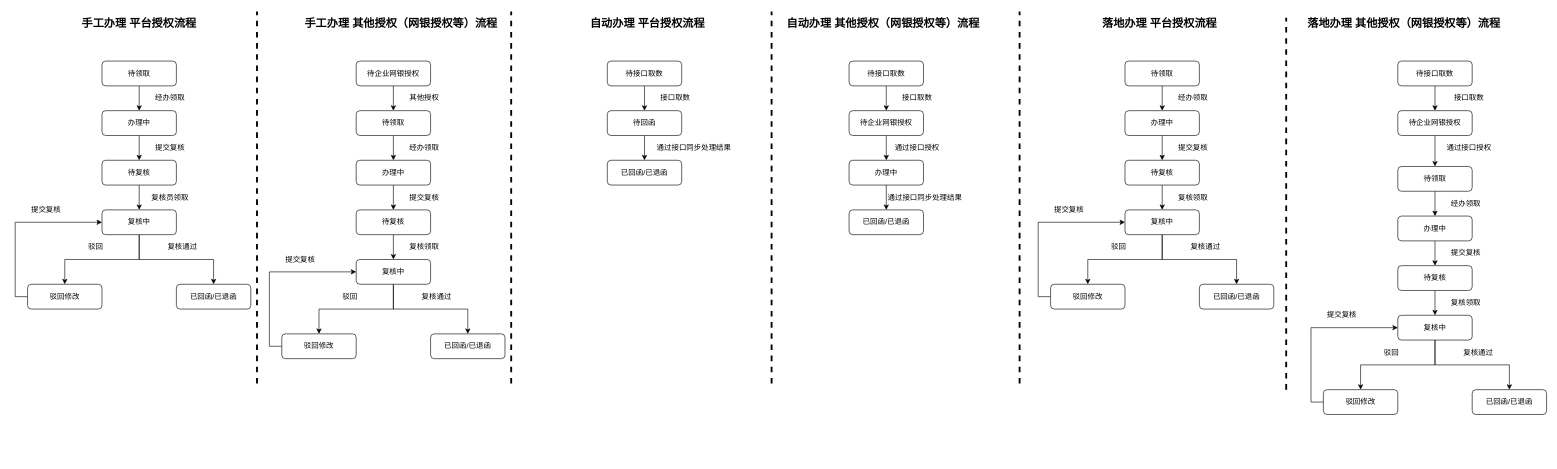
Above: 未命名绘图.drawio in pingguo002/iconomi (draw.io), before the change. Source tidied: cells renumbered, new cells numbered last; positions are measured from the earlier drawing's top-left corner, leaving out a move shared by most shapes. Both pictures are drawn from the tidied source at 62%, with x=0, y=0 at pixel (15, 11).
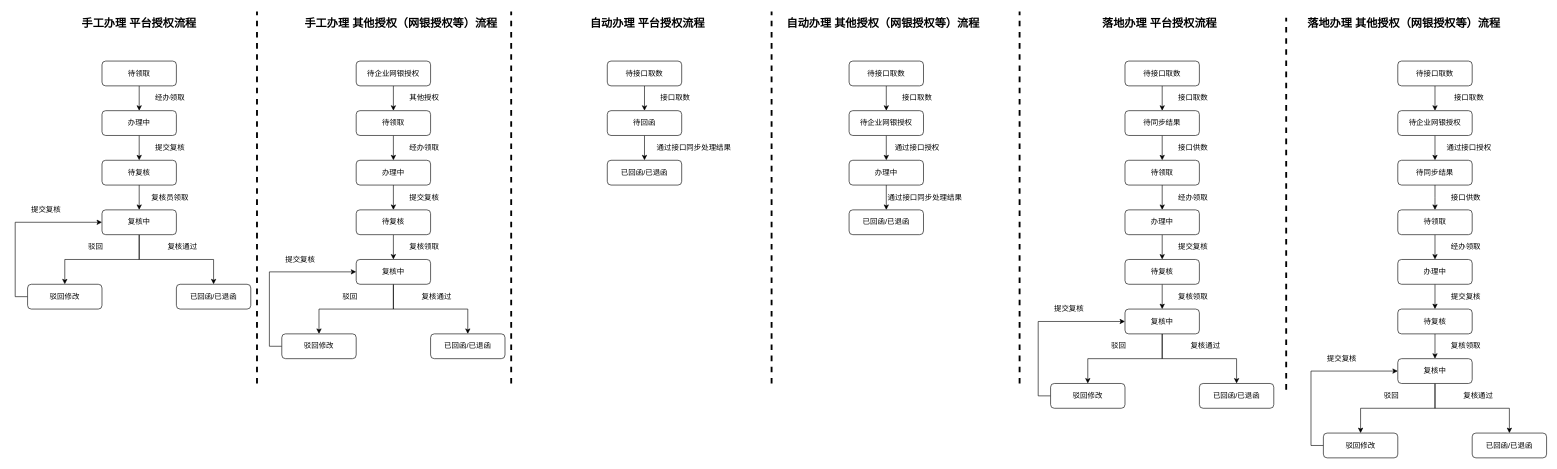
The same page after the edit.

Commit message:
更新未命名绘图.drawio

Unchanged cells that the change refers to:
```xml
<mxCell id="61" value="待企业网银授权" style="rounded=1;whiteSpace=wrap;html=1;fontSize=12;" parent="1" vertex="1">
  <mxGeometry x="2230" y="160" width="120" height="40" as="geometry" />
</mxCell>
```

Change to the diagram source:
```diff
@@
-    <mxCell id="60" style="edgeStyle=orthogonalEdgeStyle;rounded=0;jettySize=auto;html=1;exitX=0.5;exitY=1;exitDx=0;exitDy=0;entryX=0.5;entryY=0;entryDx=0;entryDy=0;strokeWidth=1;fontSize=12;" parent="1" edge="1" source="61" target="94">
-      <mxGeometry relative="1" as="geometry" />
-    </mxCell>
+    <mxCell id="111" style="edgeStyle=orthogonalEdgeStyle;rounded=0;jettySize=auto;html=1;exitX=0.5;exitY=1;exitDx=0;exitDy=0;entryX=0.5;entryY=0;entryDx=0;entryDy=0;" parent="1" edge="1" source="61" target="119">
+      <mxGeometry relative="1" as="geometry" />
+    </mxCell>
@@
     <mxCell id="76" value="待领取" style="rounded=1;whiteSpace=wrap;html=1;" parent="1" vertex="1">
-      <mxGeometry x="1790" y="80" width="120" height="40" as="geometry" />
+      <mxGeometry x="1790" y="240" width="120" height="40" as="geometry" />
     </mxCell>
@@
     <mxCell id="78" value="办理中" style="rounded=1;whiteSpace=wrap;html=1;" parent="1" vertex="1">
-      <mxGeometry x="1790" y="160" width="120" height="40" as="geometry" />
+      <mxGeometry x="1790" y="320" width="120" height="40" as="geometry" />
     </mxCell>
     <mxCell id="79" value="经办领取" style="text;html=1;strokeColor=none;fillColor=none;align=center;verticalAlign=middle;whiteSpace=wrap;rounded=0;" parent="1" vertex="1">
-      <mxGeometry x="1850" y="130" width="100" height="20" as="geometry" />
+      <mxGeometry x="1850" y="290" width="100" height="20" as="geometry" />
     </mxCell>
@@
     <mxCell id="81" value="待复核" style="rounded=1;whiteSpace=wrap;html=1;" parent="1" vertex="1">
-      <mxGeometry x="1790" y="240" width="120" height="40" as="geometry" />
+      <mxGeometry x="1790" y="400" width="120" height="40" as="geometry" />
     </mxCell>
     <mxCell id="82" value="提交复核" style="text;html=1;strokeColor=none;fillColor=none;align=center;verticalAlign=middle;whiteSpace=wrap;rounded=0;" parent="1" vertex="1">
-      <mxGeometry x="1850" y="210" width="100" height="20" as="geometry" />
+      <mxGeometry x="1850" y="370" width="100" height="20" as="geometry" />
     </mxCell>
@@
     <mxCell id="85" value="复核中" style="rounded=1;whiteSpace=wrap;html=1;" parent="1" vertex="1">
-      <mxGeometry x="1790" y="320" width="120" height="40" as="geometry" />
+      <mxGeometry x="1790" y="480" width="120" height="40" as="geometry" />
     </mxCell>
     <mxCell id="86" value="复核领取" style="text;html=1;strokeColor=none;fillColor=none;align=center;verticalAlign=middle;whiteSpace=wrap;rounded=0;" parent="1" vertex="1">
-      <mxGeometry x="1850" y="290" width="100" height="20" as="geometry" />
+      <mxGeometry x="1850" y="450" width="100" height="20" as="geometry" />
     </mxCell>
     <mxCell id="87" value="已回函/已退函" style="rounded=1;whiteSpace=wrap;html=1;" parent="1" vertex="1">
-      <mxGeometry x="1910" y="440" width="120" height="40" as="geometry" />
+      <mxGeometry x="1910" y="600" width="120" height="40" as="geometry" />
     </mxCell>
     <mxCell id="88" value="复核通过" style="text;html=1;strokeColor=none;fillColor=none;align=center;verticalAlign=middle;whiteSpace=wrap;rounded=0;" parent="1" vertex="1">
-      <mxGeometry x="1870" y="370" width="100" height="20" as="geometry" />
+      <mxGeometry x="1870" y="530" width="100" height="20" as="geometry" />
     </mxCell>
     <mxCell id="89" value="驳回" style="text;html=1;strokeColor=none;fillColor=none;align=center;verticalAlign=middle;whiteSpace=wrap;rounded=0;" parent="1" vertex="1">
-      <mxGeometry x="1750" y="370" width="60" height="20" as="geometry" />
+      <mxGeometry x="1750" y="530" width="60" height="20" as="geometry" />
     </mxCell>
     <mxCell id="90" style="edgeStyle=orthogonalEdgeStyle;rounded=0;jettySize=auto;html=1;exitX=0;exitY=0.5;exitDx=0;exitDy=0;entryX=0;entryY=0.5;entryDx=0;entryDy=0;" parent="1" edge="1" source="91" target="85">
       <mxGeometry relative="1" as="geometry">
         <Array as="points">
-          <mxPoint x="1650" y="460" />
-          <mxPoint x="1650" y="340" />
+          <mxPoint x="1650" y="620" />
+          <mxPoint x="1650" y="500" />
         </Array>
       </mxGeometry>
     </mxCell>
     <mxCell id="91" value="驳回修改" style="rounded=1;whiteSpace=wrap;html=1;" parent="1" vertex="1">
-      <mxGeometry x="1670" y="440" width="120" height="40" as="geometry" />
+      <mxGeometry x="1670" y="600" width="120" height="40" as="geometry" />
     </mxCell>
     <mxCell id="92" value="提交复核" style="text;html=1;strokeColor=none;fillColor=none;align=center;verticalAlign=middle;whiteSpace=wrap;rounded=0;" parent="1" vertex="1">
-      <mxGeometry x="1670" y="310" width="60" height="20" as="geometry" />
+      <mxGeometry x="1670" y="470" width="60" height="20" as="geometry" />
     </mxCell>
@@
     <mxCell id="94" value="待领取" style="rounded=1;whiteSpace=wrap;html=1;" parent="1" vertex="1">
-      <mxGeometry x="2230" y="250" width="120" height="40" as="geometry" />
+      <mxGeometry x="2230" y="320" width="120" height="40" as="geometry" />
     </mxCell>
@@
     <mxCell id="96" value="办理中" style="rounded=1;whiteSpace=wrap;html=1;" parent="1" vertex="1">
-      <mxGeometry x="2230" y="330" width="120" height="40" as="geometry" />
+      <mxGeometry x="2230" y="400" width="120" height="40" as="geometry" />
     </mxCell>
     <mxCell id="97" value="经办领取" style="text;html=1;strokeColor=none;fillColor=none;align=center;verticalAlign=middle;whiteSpace=wrap;rounded=0;" parent="1" vertex="1">
-      <mxGeometry x="2290" y="300" width="100" height="20" as="geometry" />
+      <mxGeometry x="2290" y="370" width="100" height="20" as="geometry" />
     </mxCell>
@@
     <mxCell id="99" value="待复核" style="rounded=1;whiteSpace=wrap;html=1;" parent="1" vertex="1">
-      <mxGeometry x="2230" y="410" width="120" height="40" as="geometry" />
+      <mxGeometry x="2230" y="480" width="120" height="40" as="geometry" />
     </mxCell>
     <mxCell id="100" value="提交复核" style="text;html=1;strokeColor=none;fillColor=none;align=center;verticalAlign=middle;whiteSpace=wrap;rounded=0;" parent="1" vertex="1">
-      <mxGeometry x="2290" y="380" width="100" height="20" as="geometry" />
+      <mxGeometry x="2290" y="450" width="100" height="20" as="geometry" />
     </mxCell>
@@
     <mxCell id="103" value="复核中" style="rounded=1;whiteSpace=wrap;html=1;" parent="1" vertex="1">
-      <mxGeometry x="2230" y="490" width="120" height="40" as="geometry" />
+      <mxGeometry x="2230" y="560" width="120" height="40" as="geometry" />
     </mxCell>
     <mxCell id="104" value="复核领取" style="text;html=1;strokeColor=none;fillColor=none;align=center;verticalAlign=middle;whiteSpace=wrap;rounded=0;" parent="1" vertex="1">
-      <mxGeometry x="2290" y="460" width="100" height="20" as="geometry" />
+      <mxGeometry x="2290" y="530" width="100" height="20" as="geometry" />
     </mxCell>
     <mxCell id="105" value="已回函/已退函" style="rounded=1;whiteSpace=wrap;html=1;" parent="1" vertex="1">
-      <mxGeometry x="2350" y="610" width="120" height="40" as="geometry" />
+      <mxGeometry x="2350" y="680" width="120" height="40" as="geometry" />
     </mxCell>
     <mxCell id="106" value="复核通过" style="text;html=1;strokeColor=none;fillColor=none;align=center;verticalAlign=middle;whiteSpace=wrap;rounded=0;" parent="1" vertex="1">
-      <mxGeometry x="2310" y="540" width="100" height="20" as="geometry" />
+      <mxGeometry x="2310" y="610" width="100" height="20" as="geometry" />
     </mxCell>
     <mxCell id="107" value="驳回" style="text;html=1;strokeColor=none;fillColor=none;align=center;verticalAlign=middle;whiteSpace=wrap;rounded=0;" parent="1" vertex="1">
-      <mxGeometry x="2190" y="540" width="60" height="20" as="geometry" />
+      <mxGeometry x="2190" y="610" width="60" height="20" as="geometry" />
     </mxCell>
     <mxCell id="108" style="edgeStyle=orthogonalEdgeStyle;rounded=0;jettySize=auto;html=1;exitX=0;exitY=0.5;exitDx=0;exitDy=0;entryX=0;entryY=0.5;entryDx=0;entryDy=0;" parent="1" edge="1" source="109" target="103">
       <mxGeometry relative="1" as="geometry">
         <Array as="points">
-          <mxPoint x="2090" y="630" />
-          <mxPoint x="2090" y="510" />
+          <mxPoint x="2090" y="700" />
+          <mxPoint x="2090" y="580" />
         </Array>
       </mxGeometry>
     </mxCell>
     <mxCell id="109" value="驳回修改" style="rounded=1;whiteSpace=wrap;html=1;" parent="1" vertex="1">
-      <mxGeometry x="2110" y="610" width="120" height="40" as="geometry" />
+      <mxGeometry x="2110" y="680" width="120" height="40" as="geometry" />
     </mxCell>
     <mxCell id="110" value="提交复核" style="text;html=1;strokeColor=none;fillColor=none;align=center;verticalAlign=middle;whiteSpace=wrap;rounded=0;" parent="1" vertex="1">
-      <mxGeometry x="2110" y="480" width="60" height="20" as="geometry" />
+      <mxGeometry x="2110" y="550" width="60" height="20" as="geometry" />
     </mxCell>
+    <mxCell id="112" style="edgeStyle=orthogonalEdgeStyle;rounded=0;jettySize=auto;html=1;exitX=0.5;exitY=1;exitDx=0;exitDy=0;entryX=0.5;entryY=0;entryDx=0;entryDy=0;" parent="1" edge="1" source="113" target="116">
+      <mxGeometry relative="1" as="geometry" />
+    </mxCell>
+    <mxCell id="113" value="待接口取数" style="rounded=1;whiteSpace=wrap;html=1;" parent="1" vertex="1">
+      <mxGeometry x="1790" y="80" width="120" height="40" as="geometry" />
+    </mxCell>
+    <mxCell id="114" value="接口取数" style="text;html=1;strokeColor=none;fillColor=none;align=center;verticalAlign=middle;whiteSpace=wrap;rounded=0;" parent="1" vertex="1">
+      <mxGeometry x="1850" y="130" width="100" height="20" as="geometry" />
+    </mxCell>
+    <mxCell id="115" style="edgeStyle=orthogonalEdgeStyle;rounded=0;jettySize=auto;html=1;exitX=0.5;exitY=1;exitDx=0;exitDy=0;entryX=0.5;entryY=0;entryDx=0;entryDy=0;" parent="1" edge="1" source="116" target="76">
+      <mxGeometry relative="1" as="geometry" />
+    </mxCell>
+    <mxCell id="116" value="待同步结果" style="rounded=1;whiteSpace=wrap;html=1;" parent="1" vertex="1">
+      <mxGeometry x="1790" y="160" width="120" height="40" as="geometry" />
+    </mxCell>
+    <mxCell id="117" value="接口供数" style="text;html=1;strokeColor=none;fillColor=none;align=center;verticalAlign=middle;whiteSpace=wrap;rounded=0;" parent="1" vertex="1">
+      <mxGeometry x="1850" y="210" width="100" height="20" as="geometry" />
+    </mxCell>
+    <mxCell id="118" style="edgeStyle=orthogonalEdgeStyle;rounded=0;jettySize=auto;html=1;exitX=0.5;exitY=1;exitDx=0;exitDy=0;" parent="1" edge="1" source="119">
+      <mxGeometry relative="1" as="geometry">
+        <mxPoint x="2290" y="320" as="targetPoint" />
+      </mxGeometry>
+    </mxCell>
+    <mxCell id="119" value="待同步结果" style="rounded=1;whiteSpace=wrap;html=1;" parent="1" vertex="1">
+      <mxGeometry x="2230" y="240" width="120" height="40" as="geometry" />
+    </mxCell>
+    <mxCell id="120" value="接口供数" style="text;html=1;strokeColor=none;fillColor=none;align=center;verticalAlign=middle;whiteSpace=wrap;rounded=0;" parent="1" vertex="1">
+      <mxGeometry x="2290" y="290" width="100" height="20" as="geometry" />
+    </mxCell>
```
